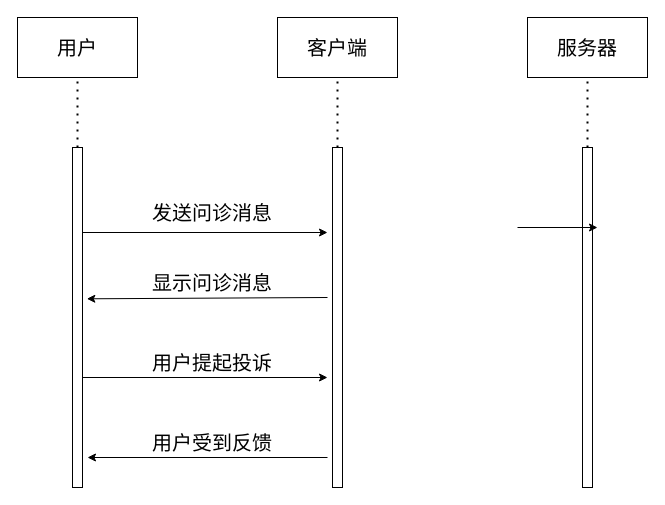
Above: docs/graphs/时序图.drawio in Matteotti/FxxkSoftwareEngineering (draw.io), before the change. Source tidied: cells renumbered, new cells numbered last; positions are measured from the earlier drawing's top-left corner, leaving out a move shared by most shapes. Both pictures are drawn from the tidied source at 100%, with x=0, y=0 at pixel (17, 17).
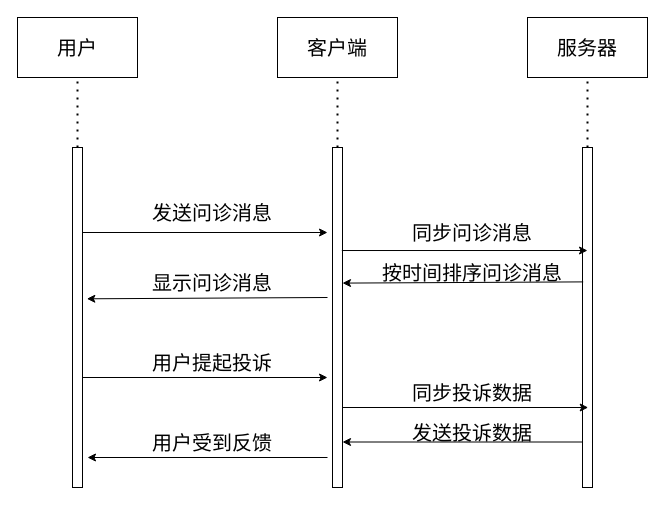
Above is the later version.

Commit message:
[NEW] Finish time graph

Unchanged cells that the change refers to:
```xml
<mxCell id="8" style="rounded=0;whiteSpace=wrap;html=1;" parent="1" vertex="1">
  <mxGeometry x="315" y="130" width="10" height="340" as="geometry" />
</mxCell>
<mxCell id="9" style="rounded=0;whiteSpace=wrap;html=1;" parent="1" vertex="1">
  <mxGeometry x="565" y="130" width="10" height="340" as="geometry" />
</mxCell>
```

What changed in the source:
```diff
@@
-    <mxCell id="19" style="edgeStyle=none;orthogonalLoop=1;jettySize=auto;html=1;" parent="1" edge="1">
-      <mxGeometry relative="1" as="geometry">
-        <mxPoint x="500" y="210" as="sourcePoint" />
-        <mxPoint x="580" y="210" as="targetPoint" />
-      </mxGeometry>
+    <mxCell id="19" style="edgeStyle=none;jettySize=auto;html=1;exitX=0.934;exitY=0.303;exitDx=0;exitDy=0;exitPerimeter=0;entryX=0.5;entryY=0.303;entryDx=0;entryDy=0;entryPerimeter=0;" parent="1" edge="1" source="8" target="9">
+      <mxGeometry relative="1" as="geometry" />
     </mxCell>
+    <mxCell id="20" value="同步问诊消息" style="text;html=1;strokeColor=none;fillColor=none;align=center;verticalAlign=middle;whiteSpace=wrap;rounded=0;fontSize=20;" parent="1" vertex="1">
+      <mxGeometry x="390" y="200" width="130" height="30" as="geometry" />
+    </mxCell>
+    <mxCell id="21" style="endArrow=classic;html=1;entryX=1.434;entryY=0.445;entryDx=0;entryDy=0;entryPerimeter=0;" parent="1" edge="1">
+      <mxGeometry relative="1" as="geometry">
+        <mxPoint x="565.7" y="264.4" as="sourcePoint" />
+        <mxPoint x="325" y="265.6" as="targetPoint" />
+      </mxGeometry>
+    </mxCell>
+    <mxCell id="22" value="按时间排序问诊消息" style="text;html=1;strokeColor=none;fillColor=none;align=center;verticalAlign=middle;whiteSpace=wrap;rounded=0;fontSize=20;" parent="1" vertex="1">
+      <mxGeometry x="350" y="240" width="210" height="30" as="geometry" />
+    </mxCell>
+    <mxCell id="23" style="edgeStyle=none;orthogonalLoop=1;jettySize=auto;html=1;exitX=0.934;exitY=0.303;exitDx=0;exitDy=0;exitPerimeter=0;entryX=0.5;entryY=0.303;entryDx=0;entryDy=0;entryPerimeter=0;" parent="1" edge="1">
+      <mxGeometry relative="1" as="geometry">
+        <mxPoint x="325" y="390" as="sourcePoint" />
+        <mxPoint x="570.7" y="390" as="targetPoint" />
+      </mxGeometry>
+    </mxCell>
+    <mxCell id="24" value="同步投诉数据" style="text;html=1;strokeColor=none;fillColor=none;align=center;verticalAlign=middle;whiteSpace=wrap;rounded=0;fontSize=20;" parent="1" vertex="1">
+      <mxGeometry x="390" y="360" width="130" height="30" as="geometry" />
+    </mxCell>
+    <mxCell id="25" style="endArrow=classic;html=1;" parent="1" edge="1">
+      <mxGeometry relative="1" as="geometry">
+        <mxPoint x="565" y="424.5" as="sourcePoint" />
+        <mxPoint x="325" y="424.5" as="targetPoint" />
+      </mxGeometry>
+    </mxCell>
+    <mxCell id="26" value="发送投诉数据" style="text;html=1;strokeColor=none;fillColor=none;align=center;verticalAlign=middle;whiteSpace=wrap;rounded=0;fontSize=20;" parent="1" vertex="1">
+      <mxGeometry x="390" y="400" width="130" height="30" as="geometry" />
+    </mxCell>
```
